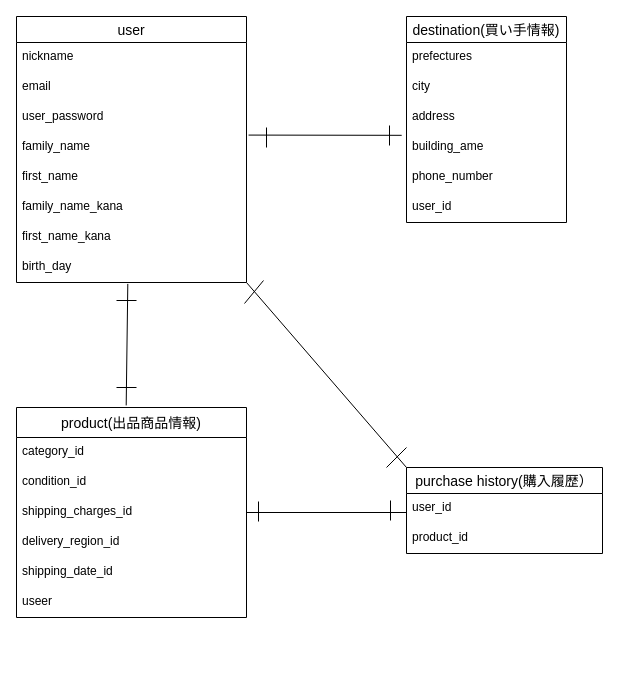
Earlier version of the draw.io diagram er.dio (takahiro0326/furima-40449). Source tidied: cells renumbered, new cells numbered last; positions are measured from the earlier drawing's top-left corner, leaving out a move shared by most shapes. Both pictures are drawn from the tidied source at 100%, with x=0, y=0 at pixel (16, 16).
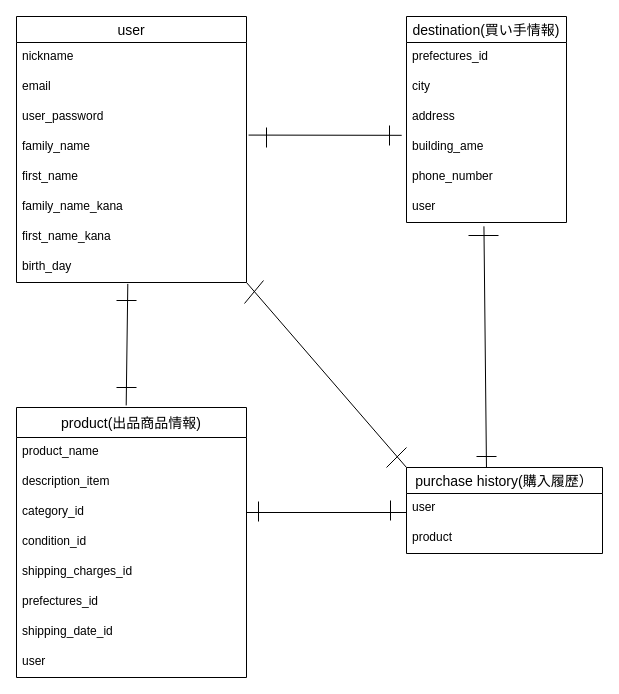
Above is the later version.

Commit message (it also covers changes not shown here):
データベース設計

The change refers to these unchanged cells:
```xml
<mxCell id="18" value="destination(買い手情報)" style="swimlane;fontStyle=0;horizontal=1;startSize=26;align=center;fontSize=14;" parent="1" vertex="1">
  <mxGeometry x="390" width="160" height="206" as="geometry" />
</mxCell>
<mxCell id="29" value="purchase history(購入履歴）" style="swimlane;fontStyle=0;horizontal=1;startSize=26;align=center;fontSize=14;" parent="1" vertex="1">
  <mxGeometry x="390" y="451" width="196" height="86" as="geometry" />
</mxCell>
```

Change to the diagram source:
```diff
@@
     <mxCell id="11" value="product(出品商品情報)" style="swimlane;fontStyle=0;horizontal=1;startSize=30;align=center;fontSize=14;" parent="1" vertex="1">
-      <mxGeometry y="391" width="230" height="210" as="geometry" />
+      <mxGeometry y="391" width="230" height="270" as="geometry" />
     </mxCell>
+    <mxCell id="40" value="product_name" style="text;strokeColor=none;fillColor=none;spacingLeft=4;spacingRight=4;overflow=hidden;fontSize=12;" parent="11" vertex="1">
+      <mxGeometry y="30" width="230" height="30" as="geometry" />
+    </mxCell>
+    <mxCell id="41" value="description_item" style="text;strokeColor=none;fillColor=none;spacingLeft=4;spacingRight=4;overflow=hidden;fontSize=12;" parent="11" vertex="1">
+      <mxGeometry y="60" width="230" height="30" as="geometry" />
+    </mxCell>
     <mxCell id="12" value="category_id" style="text;strokeColor=none;fillColor=none;spacingLeft=4;spacingRight=4;overflow=hidden;fontSize=12;" parent="11" vertex="1">
-      <mxGeometry y="30" width="230" height="30" as="geometry" />
+      <mxGeometry y="90" width="230" height="30" as="geometry" />
     </mxCell>
     <mxCell id="13" value="condition_id" style="text;strokeColor=none;fillColor=none;spacingLeft=4;spacingRight=4;overflow=hidden;fontSize=12;" parent="11" vertex="1">
-      <mxGeometry y="60" width="230" height="30" as="geometry" />
+      <mxGeometry y="120" width="230" height="30" as="geometry" />
     </mxCell>
     <mxCell id="14" value="shipping_charges_id" style="text;strokeColor=none;fillColor=none;spacingLeft=4;spacingRight=4;overflow=hidden;fontSize=12;" parent="11" vertex="1">
-      <mxGeometry y="90" width="230" height="30" as="geometry" />
+      <mxGeometry y="150" width="230" height="30" as="geometry" />
     </mxCell>
-    <mxCell id="15" value="delivery_region_id" style="text;strokeColor=none;fillColor=none;spacingLeft=4;spacingRight=4;overflow=hidden;fontSize=12;" parent="11" vertex="1">
-      <mxGeometry y="120" width="230" height="30" as="geometry" />
+    <mxCell id="15" value="prefectures_id" style="text;strokeColor=none;fillColor=none;spacingLeft=4;spacingRight=4;overflow=hidden;fontSize=12;" parent="11" vertex="1">
+      <mxGeometry y="180" width="230" height="30" as="geometry" />
     </mxCell>
     <mxCell id="16" value="shipping_date_id" style="text;strokeColor=none;fillColor=none;spacingLeft=4;spacingRight=4;overflow=hidden;fontSize=12;" parent="11" vertex="1">
-      <mxGeometry y="150" width="230" height="30" as="geometry" />
+      <mxGeometry y="210" width="230" height="30" as="geometry" />
     </mxCell>
-    <mxCell id="17" value="useer" style="text;strokeColor=none;fillColor=none;spacingLeft=4;spacingRight=4;overflow=hidden;fontSize=12;" parent="11" vertex="1">
-      <mxGeometry y="180" width="230" height="30" as="geometry" />
+    <mxCell id="17" value="user" style="text;strokeColor=none;fillColor=none;spacingLeft=4;spacingRight=4;overflow=hidden;fontSize=12;" parent="11" vertex="1">
+      <mxGeometry y="240" width="230" height="30" as="geometry" />
     </mxCell>
@@
-    <mxCell id="19" value="prefectures" style="text;strokeColor=none;fillColor=none;spacingLeft=4;spacingRight=4;overflow=hidden;fontSize=12;" parent="18" vertex="1">
+    <mxCell id="19" value="prefectures_id" style="text;strokeColor=none;fillColor=none;spacingLeft=4;spacingRight=4;overflow=hidden;fontSize=12;" parent="18" vertex="1">
       <mxGeometry y="26" width="160" height="30" as="geometry" />
     </mxCell>
@@
-    <mxCell id="24" value="user_id" style="text;strokeColor=none;fillColor=none;spacingLeft=4;spacingRight=4;overflow=hidden;points=[[0,0.5],[1,0.5]];portConstraint=eastwest;fontSize=12;" parent="18" vertex="1">
+    <mxCell id="24" value="user" style="text;strokeColor=none;fillColor=none;spacingLeft=4;spacingRight=4;overflow=hidden;points=[[0,0.5],[1,0.5]];portConstraint=eastwest;fontSize=12;" parent="18" vertex="1">
       <mxGeometry y="176" width="160" height="30" as="geometry" />
     </mxCell>
@@
-    <mxCell id="30" value="user_id" style="text;strokeColor=none;fillColor=none;spacingLeft=4;spacingRight=4;overflow=hidden;fontSize=12;" parent="29" vertex="1">
+    <mxCell id="30" value="user" style="text;strokeColor=none;fillColor=none;spacingLeft=4;spacingRight=4;overflow=hidden;fontSize=12;" parent="29" vertex="1">
       <mxGeometry y="26" width="196" height="30" as="geometry" />
     </mxCell>
-    <mxCell id="31" value="product_id" style="text;strokeColor=none;fillColor=none;spacingLeft=4;spacingRight=4;overflow=hidden;fontSize=12;" parent="29" vertex="1">
+    <mxCell id="31" value="product" style="text;strokeColor=none;fillColor=none;spacingLeft=4;spacingRight=4;overflow=hidden;fontSize=12;" parent="29" vertex="1">
       <mxGeometry y="56" width="196" height="30" as="geometry" />
     </mxCell>
@@
+    <mxCell id="42" style="endArrow=none;html=1;rounded=0;entryX=0.408;entryY=0;entryDx=0;entryDy=0;entryPerimeter=0;exitX=0.484;exitY=1.128;exitDx=0;exitDy=0;exitPerimeter=0;" parent="1" edge="1" source="24" target="29">
+      <mxGeometry relative="1" as="geometry" />
+    </mxCell>
+    <mxCell id="43" style="endArrow=none;html=1;rounded=0;" parent="1" edge="1">
+      <mxGeometry relative="1" as="geometry">
+        <mxPoint x="452" y="219" as="sourcePoint" />
+        <mxPoint x="482" y="219" as="targetPoint" />
+      </mxGeometry>
+    </mxCell>
+    <mxCell id="44" style="endArrow=none;html=1;rounded=0;" parent="1" edge="1">
+      <mxGeometry relative="1" as="geometry">
+        <mxPoint x="460" y="440" as="sourcePoint" />
+        <mxPoint x="480" y="440" as="targetPoint" />
+      </mxGeometry>
+    </mxCell>
```
